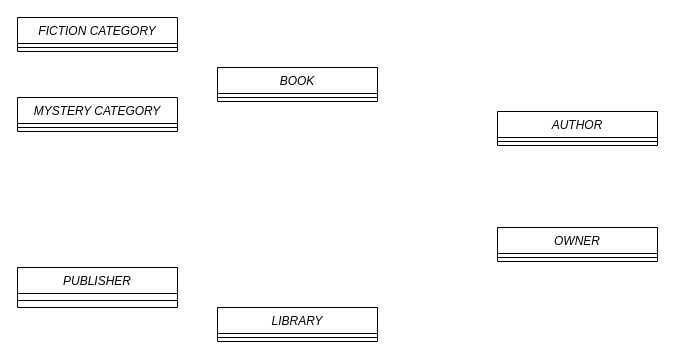
TanCheeHon/Week2ClassDiagram keeps this draw.io diagram as Week2Q3.drawio. Above is the earlier version. Source tidied: cells renumbered, new cells numbered last; positions are measured from the earlier drawing's top-left corner, leaving out a move shared by most shapes. Both pictures are drawn from the tidied source at 100%, with x=0, y=0 at pixel (17, 17).
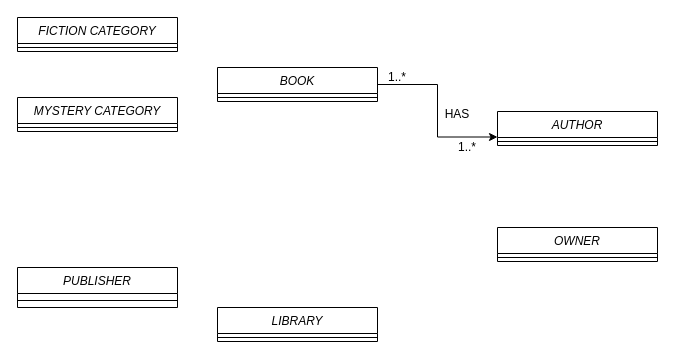
After the change.

The edit, as a diff of the source:
```diff
@@
 <mxGraphModel>
   <root>
     <mxCell id="0" />
     <mxCell id="1" parent="0" />
+    <mxCell id="16" style="edgeStyle=orthogonalEdgeStyle;rounded=0;jettySize=auto;html=1;exitX=1;exitY=0.5;exitDx=0;exitDy=0;entryX=0;entryY=0.75;entryDx=0;entryDy=0;targetPerimeterSpacing=0;" parent="1" edge="1" source="2" target="8">
+      <mxGeometry relative="1" as="geometry" />
+    </mxCell>
     <mxCell id="2" value="BOOK" style="swimlane;fontStyle=2;align=center;verticalAlign=top;horizontal=1;startSize=26;rounded=0;shadow=0;strokeWidth=1;" parent="1" vertex="1">
       <mxGeometry x="200" y="50" width="160" height="34" as="geometry" />
     </mxCell>
     <mxCell id="3" style="line;html=1;strokeWidth=1;align=left;verticalAlign=middle;spacingTop=-1;spacingLeft=3;spacingRight=3;labelPosition=right;" parent="2" vertex="1">
       <mxGeometry y="26" width="160" height="8" as="geometry" />
     </mxCell>
     <mxCell id="4" value="FICTION CATEGORY" style="swimlane;fontStyle=2;align=center;verticalAlign=top;horizontal=1;startSize=26;rounded=0;shadow=0;strokeWidth=1;" parent="1" vertex="1">
       <mxGeometry width="160" height="34" as="geometry" />
     </mxCell>
     <mxCell id="5" style="line;html=1;strokeWidth=1;align=left;verticalAlign=middle;spacingTop=-1;spacingLeft=3;spacingRight=3;labelPosition=right;" parent="4" vertex="1">
       <mxGeometry y="26" width="160" height="8" as="geometry" />
     </mxCell>
     <mxCell id="6" value="MYSTERY CATEGORY" style="swimlane;fontStyle=2;align=center;verticalAlign=top;horizontal=1;startSize=26;rounded=0;shadow=0;strokeWidth=1;" parent="1" vertex="1">
       <mxGeometry y="80" width="160" height="34" as="geometry" />
     </mxCell>
     <mxCell id="7" style="line;html=1;strokeWidth=1;align=left;verticalAlign=middle;spacingTop=-1;spacingLeft=3;spacingRight=3;labelPosition=right;" parent="6" vertex="1">
       <mxGeometry y="26" width="160" height="8" as="geometry" />
     </mxCell>
     <mxCell id="8" value="AUTHOR" style="swimlane;fontStyle=2;align=center;verticalAlign=top;horizontal=1;startSize=26;rounded=0;shadow=0;strokeWidth=1;" parent="1" vertex="1">
       <mxGeometry x="480" y="94" width="160" height="34" as="geometry" />
     </mxCell>
     <mxCell id="9" style="line;html=1;strokeWidth=1;align=left;verticalAlign=middle;spacingTop=-1;spacingLeft=3;spacingRight=3;labelPosition=right;" parent="8" vertex="1">
       <mxGeometry y="26" width="160" height="8" as="geometry" />
     </mxCell>
     <mxCell id="10" value="OWNER" style="swimlane;fontStyle=2;align=center;verticalAlign=top;horizontal=1;startSize=26;rounded=0;shadow=0;strokeWidth=1;" parent="1" vertex="1">
       <mxGeometry x="480" y="210" width="160" height="34" as="geometry" />
     </mxCell>
     <mxCell id="11" style="line;html=1;strokeWidth=1;align=left;verticalAlign=middle;spacingTop=-1;spacingLeft=3;spacingRight=3;labelPosition=right;" parent="10" vertex="1">
       <mxGeometry y="26" width="160" height="8" as="geometry" />
     </mxCell>
     <mxCell id="12" value="PUBLISHER" style="swimlane;fontStyle=2;align=center;verticalAlign=top;horizontal=1;startSize=26;rounded=0;shadow=0;strokeWidth=1;" parent="1" vertex="1">
       <mxGeometry y="250" width="160" height="40" as="geometry" />
     </mxCell>
     <mxCell id="13" style="line;html=1;strokeWidth=1;align=left;verticalAlign=middle;spacingTop=-1;spacingLeft=3;spacingRight=3;labelPosition=right;" parent="12" vertex="1">
       <mxGeometry y="26" width="160" height="14" as="geometry" />
     </mxCell>
     <mxCell id="14" value="LIBRARY" style="swimlane;fontStyle=2;align=center;verticalAlign=top;horizontal=1;startSize=26;rounded=0;shadow=0;strokeWidth=1;" parent="1" vertex="1">
       <mxGeometry x="200" y="290" width="160" height="34" as="geometry" />
     </mxCell>
     <mxCell id="15" style="line;html=1;strokeWidth=1;align=left;verticalAlign=middle;spacingTop=-1;spacingLeft=3;spacingRight=3;labelPosition=right;" parent="14" vertex="1">
       <mxGeometry y="26" width="160" height="8" as="geometry" />
     </mxCell>
+    <mxCell id="17" value="HAS" style="text;html=1;strokeColor=none;fillColor=none;align=center;verticalAlign=middle;whiteSpace=wrap;rounded=0;" parent="1" vertex="1">
+      <mxGeometry x="420" y="87" width="40" height="20" as="geometry" />
+    </mxCell>
+    <mxCell id="18" value="1..*" style="text;html=1;strokeColor=none;fillColor=none;align=center;verticalAlign=middle;whiteSpace=wrap;rounded=0;" parent="1" vertex="1">
+      <mxGeometry x="430" y="120" width="40" height="20" as="geometry" />
+    </mxCell>
+    <mxCell id="19" value="1..*" style="text;html=1;strokeColor=none;fillColor=none;align=center;verticalAlign=middle;whiteSpace=wrap;rounded=0;" parent="1" vertex="1">
+      <mxGeometry x="360" y="50" width="40" height="20" as="geometry" />
+    </mxCell>
   </root>
 </mxGraphModel>
```
